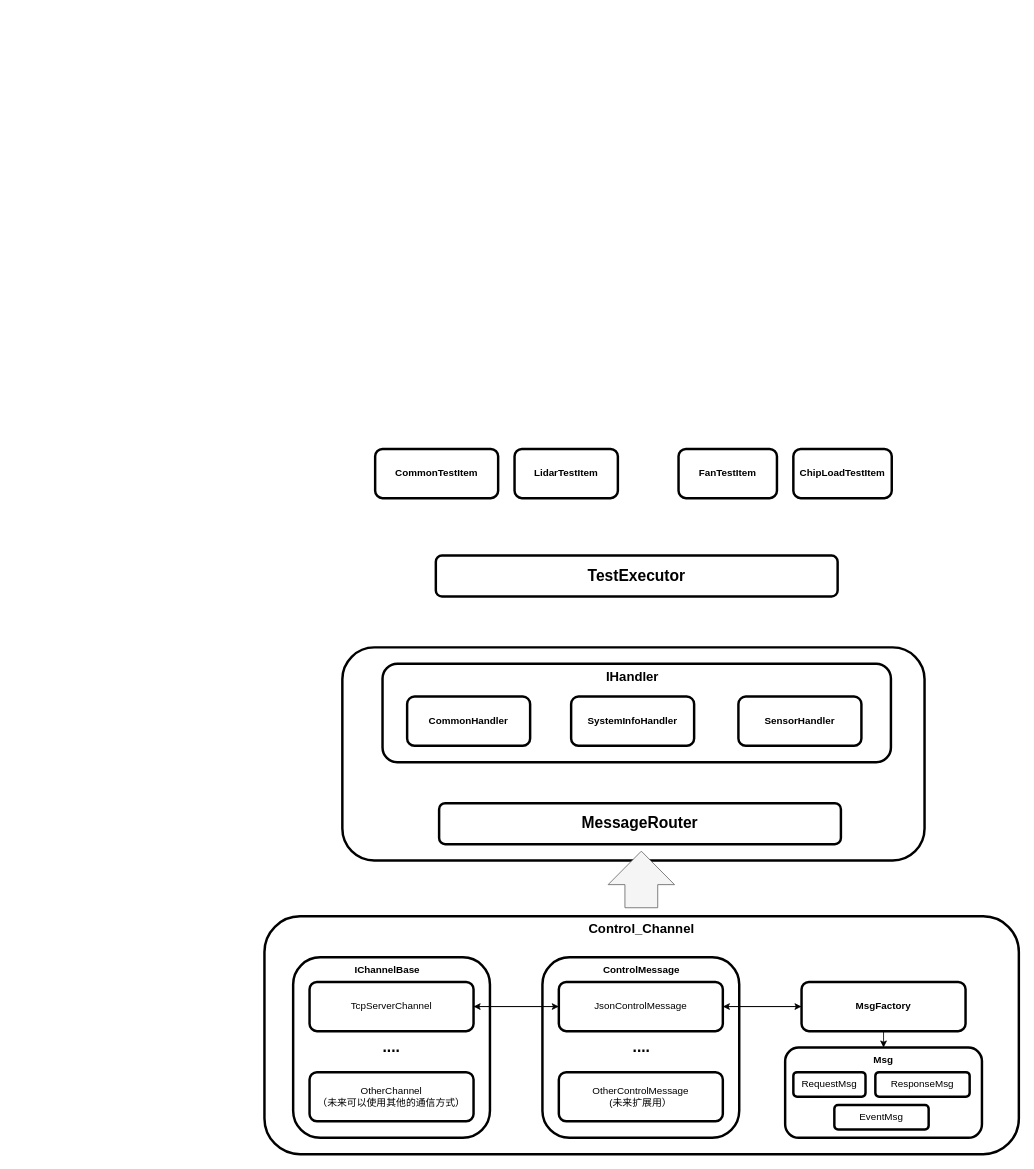
This is page "厂测工具项目架构图" (2 of 5) of 厂测工具方案.drawio from Jev0987/drawioFile, a draw.io file, before an edit. Source tidied: cells renumbered, new cells numbered last; positions are measured from the earlier drawing's top-left corner, leaving out a move shared by most shapes. Both pictures are drawn from the tidied source at 82%, with x=0, y=0 at pixel (264, 449).
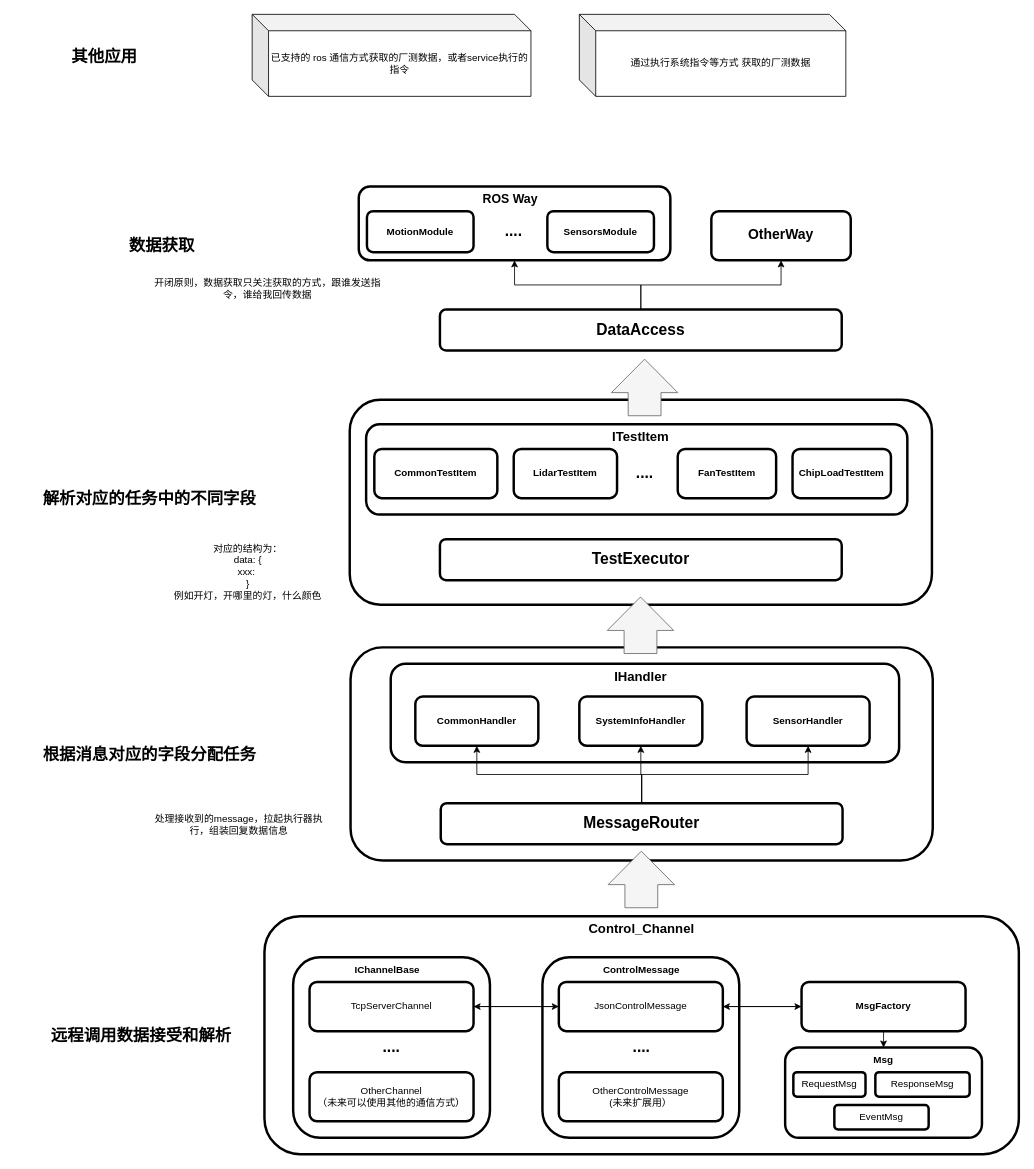
After the change.

Commit message:
更新厂测工具方案.drawio

Diff of the diagram source:
```diff
@@
+    <mxCell id="38" style="rounded=1;whiteSpace=wrap;html=1;strokeWidth=3;" parent="1" vertex="1">
+      <mxGeometry x="115" y="-320" width="380" height="90" as="geometry" />
+    </mxCell>
+    <mxCell id="39" style="rounded=1;whiteSpace=wrap;html=1;strokeWidth=3;" parent="1" vertex="1">
+      <mxGeometry x="104" y="-60" width="710" height="250" as="geometry" />
+    </mxCell>
+    <mxCell id="40" style="rounded=1;whiteSpace=wrap;html=1;strokeWidth=3;" parent="1" vertex="1">
+      <mxGeometry x="124" y="-30" width="660" height="110" as="geometry" />
+    </mxCell>
     <mxCell id="2" style="rounded=1;whiteSpace=wrap;html=1;strokeWidth=3;" parent="1" vertex="1">
-      <mxGeometry x="95" y="242" width="710" height="260" as="geometry" />
+      <mxGeometry x="105" y="242" width="710" height="260" as="geometry" />
     </mxCell>
     <mxCell id="3" style="rounded=1;whiteSpace=wrap;html=1;strokeWidth=3;" parent="1" vertex="1">
-      <mxGeometry x="144" y="262" width="620" height="120" as="geometry" />
+      <mxGeometry x="154" y="262" width="620" height="120" as="geometry" />
     </mxCell>
@@
+    <mxCell id="41" style="edgeStyle=orthogonalEdgeStyle;rounded=0;jettySize=auto;html=1;exitX=0.5;exitY=0;exitDx=0;exitDy=0;entryX=0.5;entryY=1;entryDx=0;entryDy=0;" parent="1" edge="1" source="27" target="28">
+      <mxGeometry relative="1" as="geometry" />
+    </mxCell>
+    <mxCell id="42" style="edgeStyle=orthogonalEdgeStyle;rounded=0;jettySize=auto;html=1;exitX=0.5;exitY=0;exitDx=0;exitDy=0;entryX=0.5;entryY=1;entryDx=0;entryDy=0;" parent="1" edge="1" source="27" target="29">
+      <mxGeometry relative="1" as="geometry" />
+    </mxCell>
+    <mxCell id="43" style="edgeStyle=orthogonalEdgeStyle;rounded=0;jettySize=auto;html=1;exitX=0.5;exitY=0;exitDx=0;exitDy=0;entryX=0.5;entryY=1;entryDx=0;entryDy=0;" parent="1" edge="1" source="27" target="30">
+      <mxGeometry relative="1" as="geometry" />
+    </mxCell>
     <mxCell id="27" value="&lt;b&gt;&lt;font style=&quot;font-size: 19px;&quot;&gt;MessageRouter&lt;/font&gt;&lt;/b&gt;" style="rounded=1;whiteSpace=wrap;html=1;strokeWidth=3;" parent="1" vertex="1">
-      <mxGeometry x="213" y="432" width="490" height="50" as="geometry" />
+      <mxGeometry x="215" y="432" width="490" height="50" as="geometry" />
     </mxCell>
     <mxCell id="28" value="&lt;b&gt;CommonHandler&lt;/b&gt;" style="rounded=1;whiteSpace=wrap;html=1;strokeWidth=3;" parent="1" vertex="1">
-      <mxGeometry x="174" y="302" width="150" height="60" as="geometry" />
+      <mxGeometry x="184" y="302" width="150" height="60" as="geometry" />
     </mxCell>
     <mxCell id="29" value="&lt;b&gt;SystemInfoHandler&lt;/b&gt;" style="rounded=1;whiteSpace=wrap;html=1;strokeWidth=3;" parent="1" vertex="1">
-      <mxGeometry x="374" y="302" width="150" height="60" as="geometry" />
+      <mxGeometry x="384" y="302" width="150" height="60" as="geometry" />
     </mxCell>
     <mxCell id="30" value="&lt;b&gt;SensorHandler&lt;/b&gt;" style="rounded=1;whiteSpace=wrap;html=1;strokeWidth=3;" parent="1" vertex="1">
-      <mxGeometry x="578" y="302" width="150" height="60" as="geometry" />
+      <mxGeometry x="588" y="302" width="150" height="60" as="geometry" />
     </mxCell>
     <mxCell id="31" value="&lt;b&gt;IHandler&lt;/b&gt;" style="text;html=1;whiteSpace=wrap;strokeColor=none;fillColor=none;align=center;verticalAlign=middle;rounded=0;strokeWidth=1;fontSize=16;" parent="1" vertex="1">
-      <mxGeometry x="364" y="262" width="170" height="30" as="geometry" />
+      <mxGeometry x="374" y="262" width="170" height="30" as="geometry" />
     </mxCell>
     <mxCell id="32" value="&lt;b&gt;&lt;font style=&quot;font-size: 19px;&quot;&gt;TestExecutor&lt;/font&gt;&lt;/b&gt;" style="rounded=1;whiteSpace=wrap;html=1;strokeWidth=3;" parent="1" vertex="1">
-      <mxGeometry x="209" y="130" width="490" height="50" as="geometry" />
+      <mxGeometry x="214" y="110" width="490" height="50" as="geometry" />
     </mxCell>
     <mxCell id="33" value="&lt;b&gt;CommonTestItem&lt;/b&gt;" style="rounded=1;whiteSpace=wrap;html=1;strokeWidth=3;" parent="1" vertex="1">
-      <mxGeometry x="135" width="150" height="60" as="geometry" />
+      <mxGeometry x="134" width="150" height="60" as="geometry" />
     </mxCell>
     <mxCell id="34" value="&lt;b&gt;LidarTestItem&lt;/b&gt;" style="rounded=1;whiteSpace=wrap;html=1;strokeWidth=3;" parent="1" vertex="1">
-      <mxGeometry x="305" width="126" height="60" as="geometry" />
+      <mxGeometry x="304" width="126" height="60" as="geometry" />
     </mxCell>
@@
     <mxCell id="36" value="&lt;b&gt;FanTestItem&lt;/b&gt;" style="rounded=1;whiteSpace=wrap;html=1;strokeWidth=3;" parent="1" vertex="1">
-      <mxGeometry x="505" width="120" height="60" as="geometry" />
+      <mxGeometry x="504" width="120" height="60" as="geometry" />
     </mxCell>
     <mxCell id="37" value="&lt;b&gt;ChipLoad&lt;/b&gt;&lt;b style=&quot;background-color: transparent; color: light-dark(rgb(0, 0, 0), rgb(255, 255, 255));&quot;&gt;TestItem&lt;/b&gt;" style="rounded=1;whiteSpace=wrap;html=1;strokeWidth=3;" parent="1" vertex="1">
-      <mxGeometry x="645" width="120" height="60" as="geometry" />
+      <mxGeometry x="644" width="120" height="60" as="geometry" />
     </mxCell>
+    <mxCell id="44" value="&lt;b&gt;&lt;font style=&quot;font-size: 19px;&quot;&gt;....&lt;/font&gt;&lt;/b&gt;" style="text;html=1;whiteSpace=wrap;strokeColor=none;fillColor=none;align=center;verticalAlign=middle;rounded=0;" parent="1" vertex="1">
+      <mxGeometry x="434" y="15" width="60" height="30" as="geometry" />
+    </mxCell>
+    <mxCell id="45" value="&lt;b&gt;ITestItem&lt;/b&gt;" style="text;html=1;whiteSpace=wrap;strokeColor=none;fillColor=none;align=center;verticalAlign=middle;rounded=0;strokeWidth=1;fontSize=16;" parent="1" vertex="1">
+      <mxGeometry x="374" y="-30" width="170" height="30" as="geometry" />
+    </mxCell>
+    <mxCell id="46" style="shape=flexArrow;endArrow=classic;html=1;rounded=0;endWidth=40;endSize=13.275;width=40;fillColor=#f5f5f5;strokeColor=#666666;" parent="1" edge="1">
+      <mxGeometry relative="1" as="geometry">
+        <mxPoint x="458.6" y="250" as="sourcePoint" />
+        <mxPoint x="458.6" y="180" as="targetPoint" />
+      </mxGeometry>
+    </mxCell>
+    <mxCell id="47" value="&lt;b&gt;&lt;font style=&quot;font-size: 20px;&quot;&gt;远程调用数据接受和解析&lt;/font&gt;&lt;/b&gt;" style="text;html=1;whiteSpace=wrap;strokeColor=none;fillColor=none;align=center;verticalAlign=middle;rounded=0;" parent="1" vertex="1">
+      <mxGeometry x="-275" y="695" width="250" height="40" as="geometry" />
+    </mxCell>
+    <mxCell id="48" value="&lt;span style=&quot;font-size: 20px;&quot;&gt;&lt;b&gt;根据消息对应的字段分配任务&lt;/b&gt;&lt;/span&gt;" style="text;html=1;whiteSpace=wrap;strokeColor=none;fillColor=none;align=center;verticalAlign=middle;rounded=0;" parent="1" vertex="1">
+      <mxGeometry x="-305" y="353" width="330" height="38" as="geometry" />
+    </mxCell>
+    <mxCell id="49" value="&lt;span style=&quot;font-size: 20px;&quot;&gt;&lt;b&gt;解析对应的任务中的不同字段&lt;/b&gt;&lt;/span&gt;" style="text;html=1;whiteSpace=wrap;strokeColor=none;fillColor=none;align=center;verticalAlign=middle;rounded=0;" parent="1" vertex="1">
+      <mxGeometry x="-305" y="41" width="330" height="38" as="geometry" />
+    </mxCell>
+    <mxCell id="50" value="&lt;span style=&quot;font-size: 20px;&quot;&gt;&lt;b&gt;数据获取&lt;/b&gt;&lt;/span&gt;" style="text;html=1;whiteSpace=wrap;strokeColor=none;fillColor=none;align=center;verticalAlign=middle;rounded=0;" parent="1" vertex="1">
+      <mxGeometry x="-225" y="-268" width="200" height="38" as="geometry" />
+    </mxCell>
+    <mxCell id="51" style="edgeStyle=orthogonalEdgeStyle;rounded=0;jettySize=auto;html=1;exitX=0.5;exitY=0;exitDx=0;exitDy=0;entryX=0.5;entryY=1;entryDx=0;entryDy=0;" parent="1" edge="1" source="53" target="38">
+      <mxGeometry relative="1" as="geometry" />
+    </mxCell>
+    <mxCell id="52" style="edgeStyle=orthogonalEdgeStyle;rounded=0;jettySize=auto;html=1;exitX=0.5;exitY=0;exitDx=0;exitDy=0;entryX=0.5;entryY=1;entryDx=0;entryDy=0;" parent="1" edge="1" source="53" target="58">
+      <mxGeometry relative="1" as="geometry" />
+    </mxCell>
+    <mxCell id="53" value="&lt;b&gt;&lt;font style=&quot;font-size: 19px;&quot;&gt;DataAccess&lt;/font&gt;&lt;/b&gt;" style="rounded=1;whiteSpace=wrap;html=1;strokeWidth=3;" parent="1" vertex="1">
+      <mxGeometry x="214" y="-170" width="490" height="50" as="geometry" />
+    </mxCell>
+    <mxCell id="54" value="&lt;b&gt;MotionModule&lt;/b&gt;" style="rounded=1;whiteSpace=wrap;html=1;strokeWidth=3;" parent="1" vertex="1">
+      <mxGeometry x="125" y="-290" width="130" height="50" as="geometry" />
+    </mxCell>
+    <mxCell id="55" value="&lt;b&gt;SensorsModule&lt;/b&gt;" style="rounded=1;whiteSpace=wrap;html=1;strokeWidth=3;" parent="1" vertex="1">
+      <mxGeometry x="345" y="-290" width="130" height="50" as="geometry" />
+    </mxCell>
+    <mxCell id="56" value="&lt;b&gt;ROS Way&lt;/b&gt;" style="text;html=1;whiteSpace=wrap;strokeColor=none;fillColor=none;align=center;verticalAlign=middle;rounded=0;fontSize=15;" parent="1" vertex="1">
+      <mxGeometry x="255" y="-320" width="90" height="30" as="geometry" />
+    </mxCell>
+    <mxCell id="57" value="&lt;b&gt;&lt;font style=&quot;font-size: 19px;&quot;&gt;....&lt;/font&gt;&lt;/b&gt;" style="text;html=1;whiteSpace=wrap;strokeColor=none;fillColor=none;align=center;verticalAlign=middle;rounded=0;" parent="1" vertex="1">
+      <mxGeometry x="274" y="-280" width="60" height="30" as="geometry" />
+    </mxCell>
+    <mxCell id="58" value="&lt;b&gt;&lt;font style=&quot;font-size: 17px;&quot;&gt;OtherWay&lt;/font&gt;&lt;/b&gt;" style="rounded=1;whiteSpace=wrap;html=1;strokeWidth=3;" parent="1" vertex="1">
+      <mxGeometry x="545" y="-290" width="170" height="60" as="geometry" />
+    </mxCell>
+    <mxCell id="59" style="shape=flexArrow;endArrow=classic;html=1;rounded=0;endWidth=40;endSize=13.275;width=40;fillColor=#f5f5f5;strokeColor=#666666;" parent="1" edge="1">
+      <mxGeometry relative="1" as="geometry">
+        <mxPoint x="463.6" y="-40" as="sourcePoint" />
+        <mxPoint x="463.6" y="-110" as="targetPoint" />
+      </mxGeometry>
+    </mxCell>
+    <mxCell id="60" value="已支持的 ros 通信方式获取的厂测数据，或者service执行的指令" style="shape=cube;whiteSpace=wrap;html=1;boundedLbl=1;backgroundOutline=1;darkOpacity=0.05;darkOpacity2=0.1;" parent="1" vertex="1">
+      <mxGeometry x="-15" y="-530" width="340" height="100" as="geometry" />
+    </mxCell>
+    <mxCell id="61" value="通过执行系统指令等方式 获取的厂测数据" style="shape=cube;whiteSpace=wrap;html=1;boundedLbl=1;backgroundOutline=1;darkOpacity=0.05;darkOpacity2=0.1;" parent="1" vertex="1">
+      <mxGeometry x="384" y="-530" width="325" height="100" as="geometry" />
+    </mxCell>
+    <mxCell id="62" value="开闭原则，数据获取只关注获取的方式，跟谁发送指令，谁给我回传数据" style="text;html=1;whiteSpace=wrap;strokeColor=none;fillColor=none;align=center;verticalAlign=middle;rounded=0;" parent="1" vertex="1">
+      <mxGeometry x="-146" y="-210" width="300" height="30" as="geometry" />
+    </mxCell>
+    <mxCell id="63" value="&lt;span style=&quot;font-size: 20px;&quot;&gt;&lt;b&gt;其他应用&lt;/b&gt;&lt;/span&gt;" style="text;html=1;whiteSpace=wrap;strokeColor=none;fillColor=none;align=center;verticalAlign=middle;rounded=0;" parent="1" vertex="1">
+      <mxGeometry x="-295" y="-499" width="200" height="38" as="geometry" />
+    </mxCell>
+    <mxCell id="64" value="对应的结构为：&lt;br&gt;data: {&lt;br&gt;xxx:&amp;nbsp;&lt;br&gt;}&lt;br&gt;例如开灯，开哪里的灯，什么颜色" style="text;html=1;whiteSpace=wrap;strokeColor=none;fillColor=none;align=center;verticalAlign=middle;rounded=0;" parent="1" vertex="1">
+      <mxGeometry x="-115" y="100" width="190" height="100" as="geometry" />
+    </mxCell>
+    <mxCell id="65" value="处理接收到的message，拉起执行器执行，组装回复数据信息" style="text;html=1;whiteSpace=wrap;strokeColor=none;fillColor=none;align=center;verticalAlign=middle;rounded=0;" parent="1" vertex="1">
+      <mxGeometry x="-146" y="414" width="230" height="88" as="geometry" />
+    </mxCell>
```
